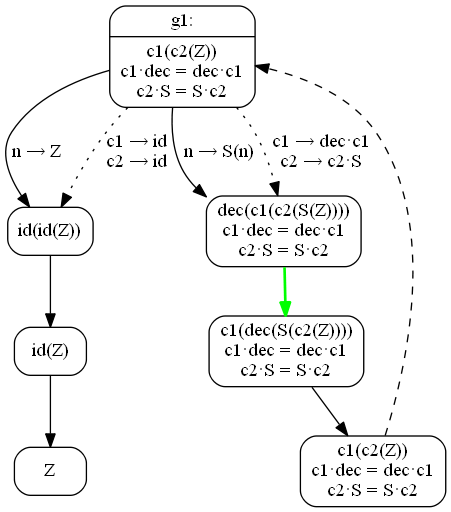
Above: alchemy/4430-examples-minus.png in Mazdaywik/mazdaywik.github.io (Graphviz), before the change. Its source is kept beside it as alchemy/4430-examples-minus.dot.
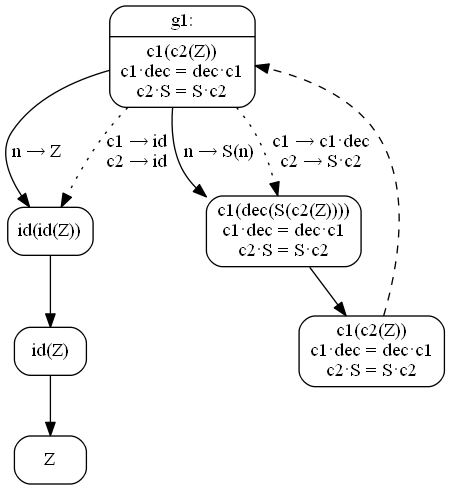
Later version of the same file.

The edit, as a diff of the source:
```diff
@@ -7,18 +7,16 @@
   G1 -> C1 [label="n → Z"];
   G1 -> C1 [label="c1 → id\nc2 → id", style=dotted];
 
-  C2 [label="dec(c1(c2(S(Z))))\nc1·dec = dec·c1\nc2·S = S·c2"];
+  C2 [label="c1(dec(S(c2(Z))))\nc1·dec = dec·c1\nc2·S = S·c2"];
   G1 -> C2 [label="n → S(n)"];
-  G1 -> C2 [label="c1 → dec·c1\nc2 → c2·S", style=dotted];
+  G1 -> C2 [label="c1 → c1·dec\nc2 → S·c2", style=dotted];
 
   C3 [label="id(Z)"];
   C1 -> C3;
   C4 [label="Z"];
   C3 -> C4;
 
-  C5 [label="c1(dec(S(c2(Z))))\nc1·dec = dec·c1\nc2·S = S·c2"];
-  C2 -> C5 [style=bold, color=green];
-  C6 [label="c1(c2(Z))\nc1·dec = dec·c1\nc2·S = S·c2"];
-  C5 -> C6;
-  C6 -> G1 [style=dashed];
+  C5 [label="c1(c2(Z))\nc1·dec = dec·c1\nc2·S = S·c2"];
+  C2 -> C5;
+  C5 -> G1 [style=dashed];
 }
```
